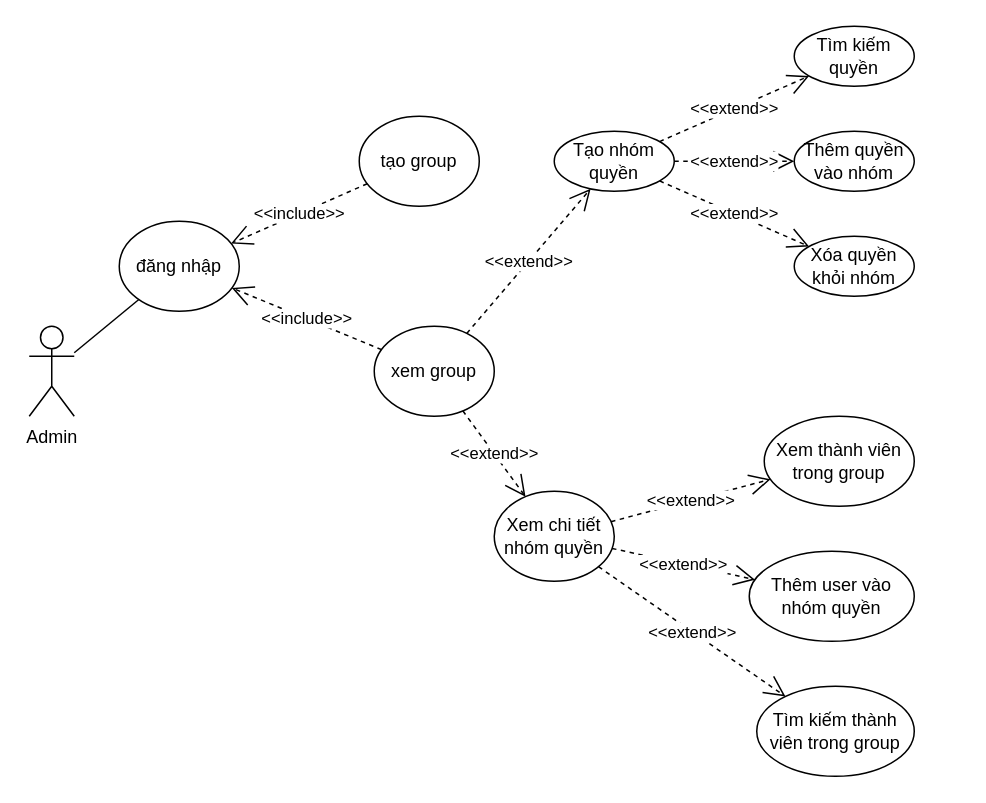
TranThanhHoang123/Blog keeps this draw.io diagram as BlogProject/BlogProject/PhanQuyenusecase.drawio. Above is the earlier version. Source tidied: cells renumbered, new cells numbered last; positions are measured from the earlier drawing's top-left corner, leaving out a move shared by most shapes. Both pictures are drawn from the tidied source at 150%, with x=0, y=0 at pixel (28, 26).
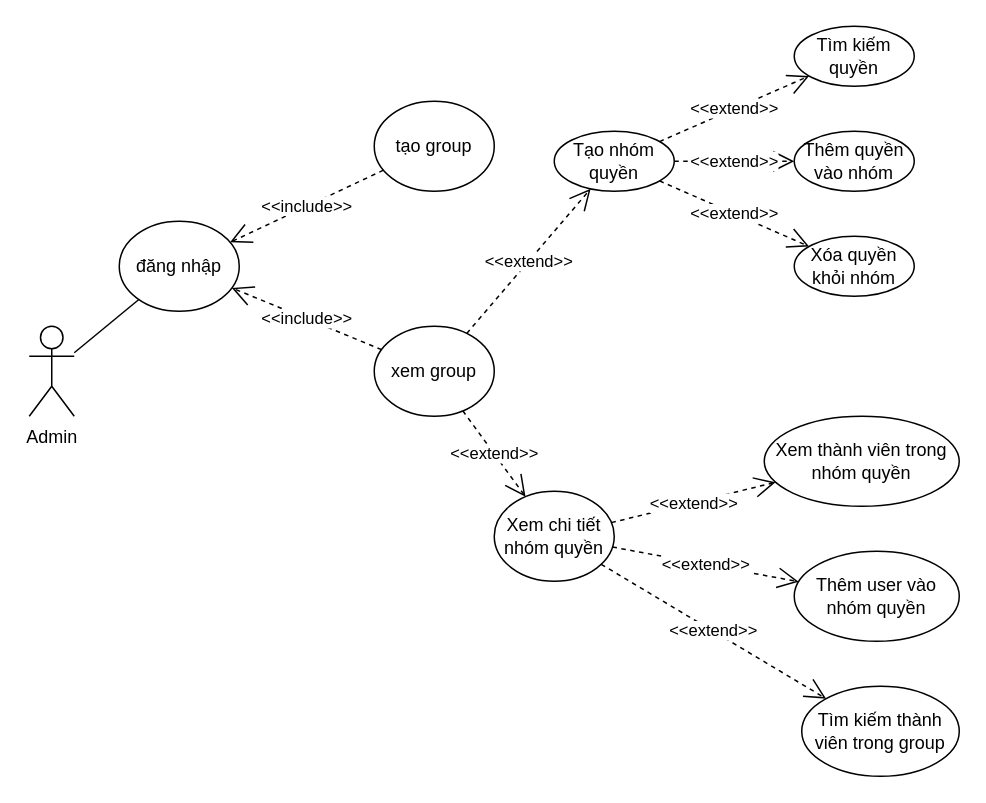
The same diagram, later.

What changed in the source:
```diff
@@
     <mxCell id="11" value="Thêm user vào nhóm quyền" style="ellipse;whiteSpace=wrap;html=1;" parent="1" vertex="1">
-      <mxGeometry x="480" y="350" width="110" height="60" as="geometry" />
+      <mxGeometry x="510" y="350" width="110" height="60" as="geometry" />
     </mxCell>
@@
-    <mxCell id="16" value="Xem thành viên trong group" style="ellipse;whiteSpace=wrap;html=1;" parent="1" vertex="1">
-      <mxGeometry x="490" y="260" width="100" height="60" as="geometry" />
+    <mxCell id="16" value="Xem thành viên trong nhóm quyền" style="ellipse;whiteSpace=wrap;html=1;" parent="1" vertex="1">
+      <mxGeometry x="490" y="260" width="130" height="60" as="geometry" />
     </mxCell>
@@
     <mxCell id="18" value="Tìm kiếm thành viên trong group" style="ellipse;whiteSpace=wrap;html=1;" parent="1" vertex="1">
-      <mxGeometry x="485" y="440" width="105" height="60" as="geometry" />
+      <mxGeometry x="515" y="440" width="105" height="60" as="geometry" />
     </mxCell>
@@
     <mxCell id="20" value="tạo group" style="ellipse;whiteSpace=wrap;html=1;" parent="1" vertex="1">
-      <mxGeometry x="220" y="60" width="80" height="60" as="geometry" />
+      <mxGeometry x="230" y="50" width="80" height="60" as="geometry" />
     </mxCell>
```
